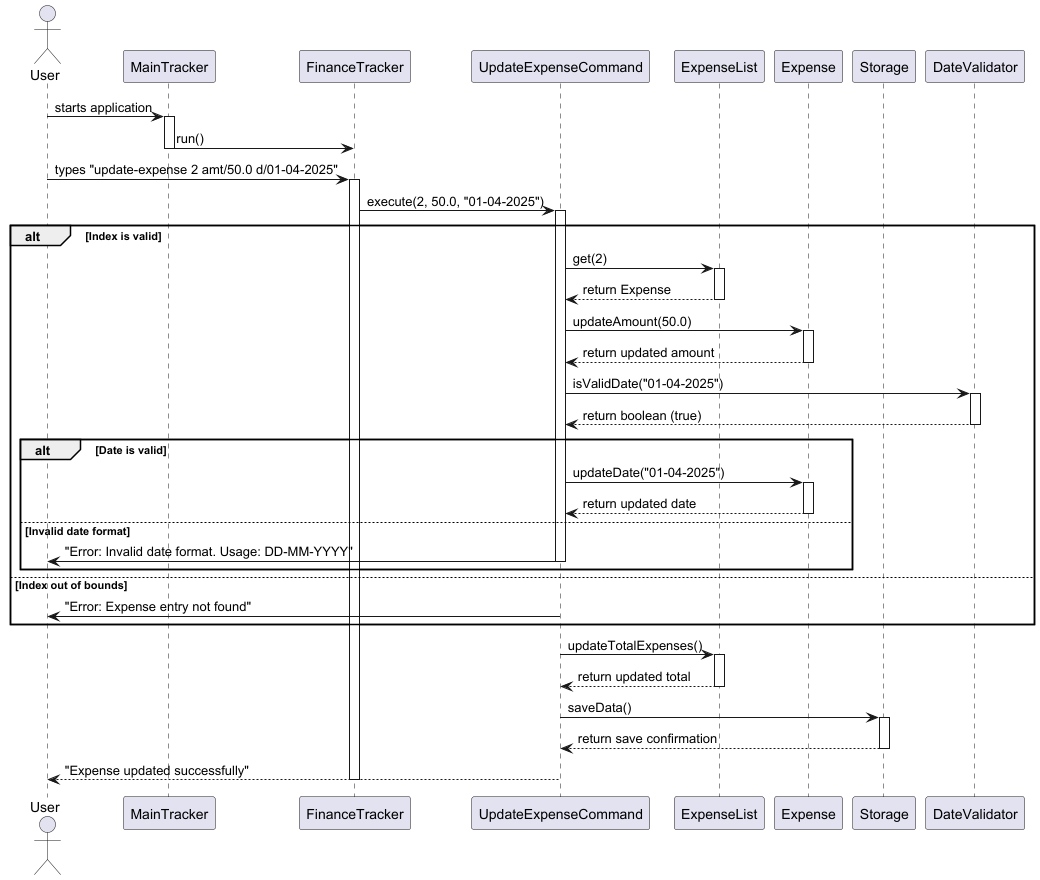
The PlantUML diagram docs/diagrams/update_expense_sequence_diagram.png in thienkimtranhoang/tp, before a commit.
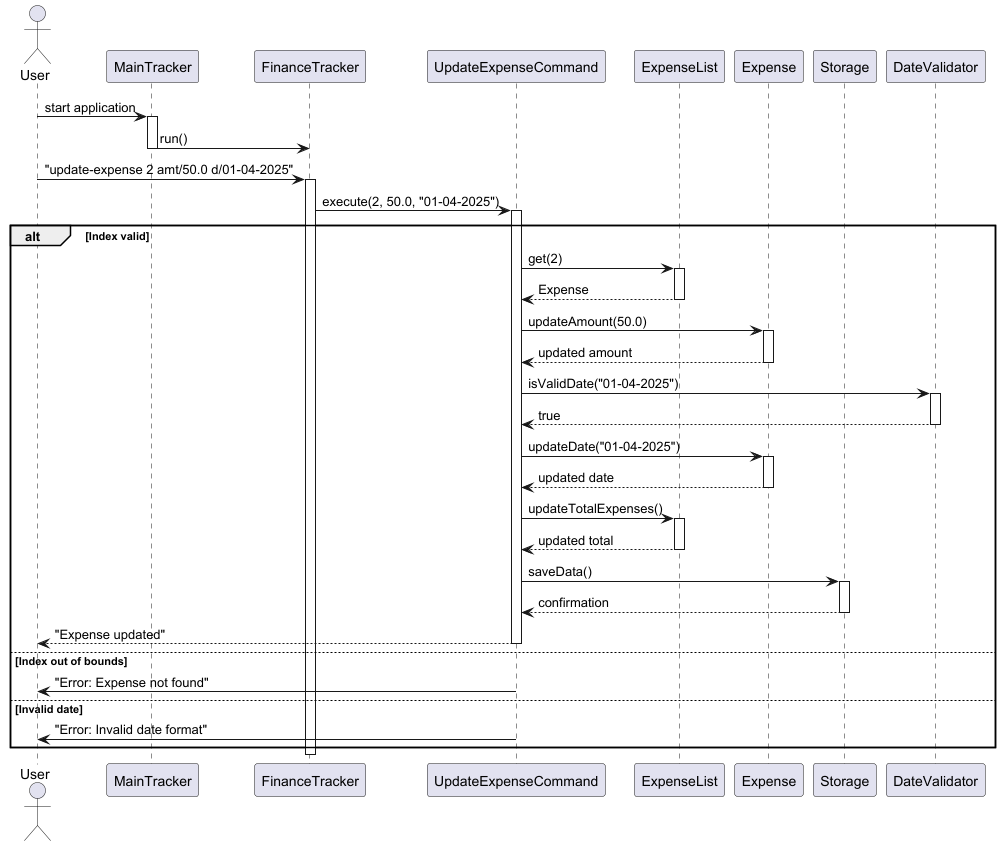
The same file after the commit.

The edit, as a diff of the source:
```diff
@@ -8,58 +8,57 @@
 participant "Storage" as Storage
 participant "DateValidator" as DateValidator
 
-User -> Main: starts application
+User -> Main: start application
 activate Main
 Main -> Finance: run()
 deactivate Main
 
-User -> Finance: types "update-expense 2 amt/50.0 d/01-04-2025"
+User -> Finance: "update-expense 2 amt/50.0 d/01-04-2025"
 activate Finance
 Finance -> UpdateCmd: execute(2, 50.0, "01-04-2025")
 activate UpdateCmd
 
-alt Index is valid
+alt Index valid
     UpdateCmd -> ExpenseList: get(2)
     activate ExpenseList
-    ExpenseList --> UpdateCmd: return Expense
+    ExpenseList --> UpdateCmd: Expense
     deactivate ExpenseList
 
     UpdateCmd -> Expense: updateAmount(50.0)
     activate Expense
-    Expense --> UpdateCmd: return updated amount
+    Expense --> UpdateCmd: updated amount
     deactivate Expense
 
     UpdateCmd -> DateValidator: isValidDate("01-04-2025")
     activate DateValidator
-    DateValidator --> UpdateCmd: return boolean (true)
+    DateValidator --> UpdateCmd: true
     deactivate DateValidator
 
-    alt Date is valid
-        UpdateCmd -> Expense: updateDate("01-04-2025")
-        activate Expense
-        Expense --> UpdateCmd: return updated date
-        deactivate Expense
-    else Invalid date format
-        UpdateCmd -> User: "Error: Invalid date format. Usage: DD-MM-YYYY"
-        deactivate UpdateCmd
-    end
+    UpdateCmd -> Expense: updateDate("01-04-2025")
+    activate Expense
+    Expense --> UpdateCmd: updated date
+    deactivate Expense
+
+    UpdateCmd -> ExpenseList: updateTotalExpenses()
+    activate ExpenseList
+    ExpenseList --> UpdateCmd: updated total
+    deactivate ExpenseList
+
+    UpdateCmd -> Storage: saveData()
+    activate Storage
+    Storage --> UpdateCmd: confirmation
+    deactivate Storage
+
+    UpdateCmd --> User: "Expense updated"
+deactivate UpdateCmd
+
 else Index out of bounds
-    UpdateCmd -> User: "Error: Expense entry not found"
+    UpdateCmd -> User: "Error: Expense not found"
+    deactivate UpdateCmd
+else Invalid date
+    UpdateCmd -> User: "Error: Invalid date format"
     deactivate UpdateCmd
 end
 
-UpdateCmd -> ExpenseList: updateTotalExpenses()
-activate ExpenseList
-ExpenseList --> UpdateCmd: return updated total
-deactivate ExpenseList
-
-UpdateCmd -> Storage: saveData()
-activate Storage
-Storage --> UpdateCmd: return save confirmation
-deactivate Storage
-
-UpdateCmd --> User: "Expense updated successfully"
-deactivate UpdateCmd
 deactivate Finance
-
 @enduml
```
